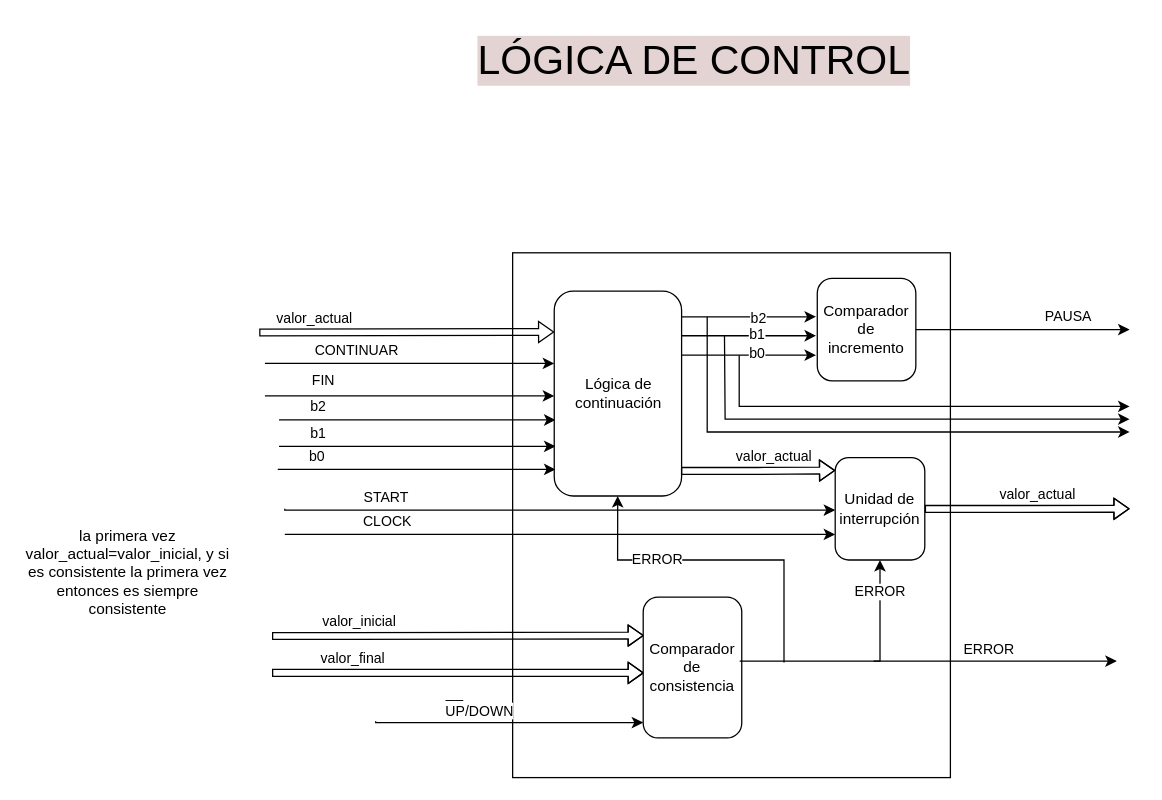
This is page "LógicaDeControl" (5 of 5) of Integrador/Integrador.drawio from albertinap/IDL, a draw.io file, before an edit. Source tidied: cells renumbered, new cells numbered last; positions are measured from the earlier drawing's top-left corner, leaving out a move shared by most shapes. Both pictures are drawn from the tidied source at 128%, with x=0, y=0 at pixel (22, 22).
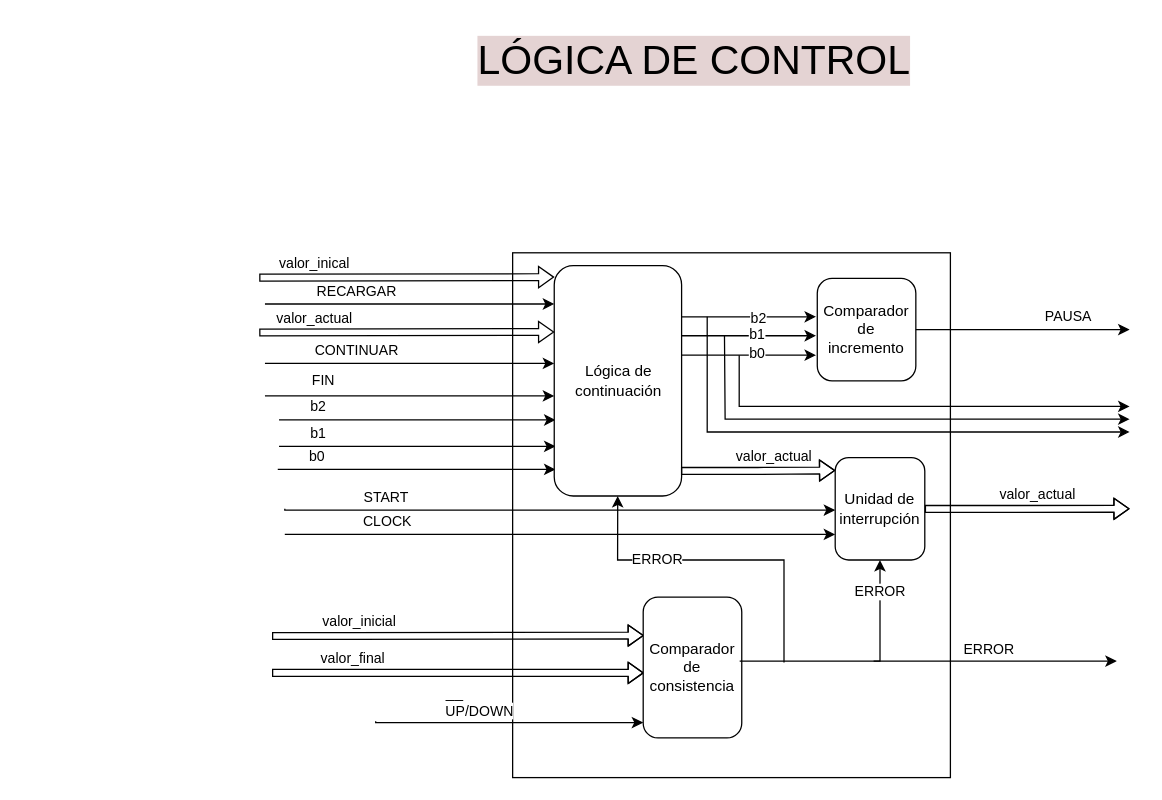
After the change.

Diff of the diagram source:
```diff
@@
     <mxCell id="31" value="Lógica de continuación" style="rounded=1;whiteSpace=wrap;html=1;" parent="1" vertex="1">
-      <mxGeometry x="415.5" y="210" width="99.5" height="160" as="geometry" />
+      <mxGeometry x="415.5" y="190" width="99.5" height="180" as="geometry" />
     </mxCell>
@@
-    <mxCell id="36" value="la primera vez valor_actual=valor_inicial, y si es consistente la primera vez entonces es siempre consistente" style="text;html=1;align=center;verticalAlign=middle;whiteSpace=wrap;rounded=0;" parent="1" vertex="1">
-      <mxGeometry y="390" width="165" height="80" as="geometry" />
-    </mxCell>
@@
+    <mxCell id="50" value="RECARGAR" style="endArrow=classic;html=1;rounded=0;" parent="1" edge="1">
+      <mxGeometry x="-0.37" y="10" relative="1" as="geometry">
+        <mxPoint x="189.5" y="220" as="sourcePoint" />
+        <mxPoint x="415.5" y="220" as="targetPoint" />
+        <Array as="points">
+          <mxPoint x="229.5" y="220" />
+        </Array>
+      </mxGeometry>
+    </mxCell>
+    <mxCell id="51" style="shape=flexArrow;endArrow=none;startArrow=classic;html=1;rounded=0;width=5.348837209302326;endSize=3.5813953488372094;endWidth=10.151433207138995;startWidth=10.151433207138995;startSize=3.5813953488372094;endFill=0;" parent="1" edge="1">
+      <mxGeometry relative="1" as="geometry">
+        <mxPoint x="415.5" y="199" as="sourcePoint" />
+        <mxPoint x="185" y="199.2" as="targetPoint" />
+        <Array as="points">
+          <mxPoint x="185" y="199.4" />
+        </Array>
+      </mxGeometry>
+    </mxCell>
+    <mxCell id="52" value="valor_inical" style="edgeLabel;html=1;align=center;verticalAlign=middle;" parent="51" vertex="1">
+      <mxGeometry x="0.17" y="1" relative="1" as="geometry">
+        <mxPoint x="-53" y="-13" as="offset" />
+      </mxGeometry>
+    </mxCell>
```
